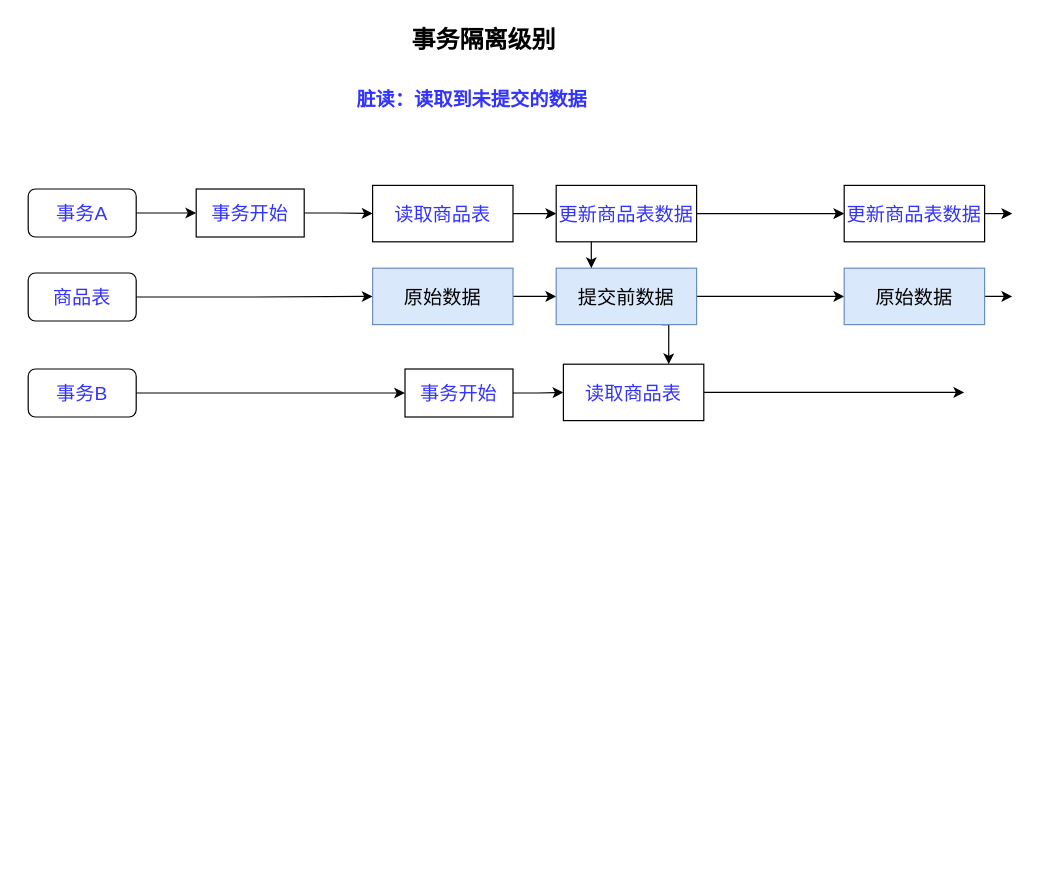
This is lock.drawio from cruecrue/javastudy, a draw.io file, before an edit. Source tidied: cells renumbered, new cells numbered last; positions are measured from the earlier drawing's top-left corner, leaving out a move shared by most shapes. Both pictures are drawn from the tidied source at 120%, with x=0, y=0 at pixel (28, 20).
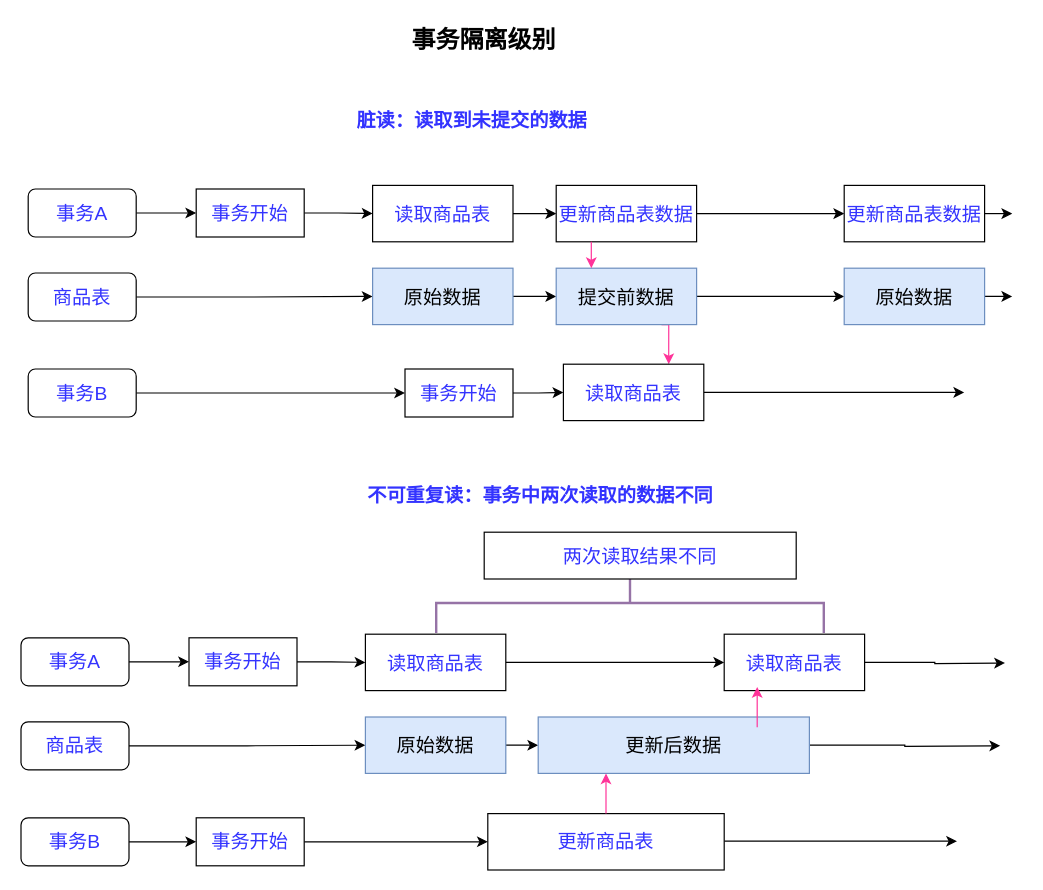
After the change.

The change refers to these unchanged cells:
```xml
<mxCell id="11" value="更新商品表数据" style="whiteSpace=wrap;html=1;fontSize=16;fontColor=#3333FF;rounded=0;" parent="1" vertex="1">
  <mxGeometry x="440" y="137" width="117" height="47" as="geometry" />
</mxCell>
<mxCell id="18" value="提交前数据" style="whiteSpace=wrap;html=1;fontSize=16;rounded=0;fillColor=#dae8fc;strokeColor=#6c8ebf;" parent="1" vertex="1">
  <mxGeometry x="440" y="206" width="117" height="47" as="geometry" />
</mxCell>
<mxCell id="28" value="读取商品表" style="whiteSpace=wrap;html=1;fontSize=16;fontColor=#3333FF;rounded=0;" parent="1" vertex="1">
  <mxGeometry x="446" y="286" width="117" height="47" as="geometry" />
</mxCell>
```

Diff of the diagram source:
```diff
@@
     <mxCell id="3" value="脏读：读取到未提交的数据" style="text;html=1;align=center;verticalAlign=middle;whiteSpace=wrap;rounded=0;fontStyle=1;fontSize=16;fontColor=#3333FF;" parent="1" vertex="1">
-      <mxGeometry x="250" y="50" width="240" height="30" as="geometry" />
+      <mxGeometry x="250" y="68" width="240" height="30" as="geometry" />
     </mxCell>
@@
-    <mxCell id="17" style="edgeStyle=orthogonalEdgeStyle;rounded=0;jettySize=auto;html=1;exitX=0.75;exitY=1;exitDx=0;exitDy=0;entryX=0.75;entryY=0;entryDx=0;entryDy=0;fontSize=16;fontColor=#3333FF;" parent="1" edge="1" source="18" target="28">
+    <mxCell id="17" style="edgeStyle=orthogonalEdgeStyle;rounded=0;jettySize=auto;html=1;exitX=0.75;exitY=1;exitDx=0;exitDy=0;entryX=0.75;entryY=0;entryDx=0;entryDy=0;fontSize=16;fontColor=#3333FF;strokeColor=#FF3399;" parent="1" edge="1" source="18" target="28">
       <mxGeometry relative="1" as="geometry" />
     </mxCell>
@@
-    <mxCell id="29" style="endArrow=classic;html=1;rounded=0;fontSize=16;fontColor=#3333FF;exitX=0.25;exitY=1;exitDx=0;exitDy=0;entryX=0.25;entryY=0;entryDx=0;entryDy=0;" parent="1" edge="1" source="11" target="18">
+    <mxCell id="29" style="endArrow=classic;html=1;rounded=0;fontSize=16;fontColor=#3333FF;exitX=0.25;exitY=1;exitDx=0;exitDy=0;entryX=0.25;entryY=0;entryDx=0;entryDy=0;strokeColor=#FF3399;" parent="1" edge="1" source="11" target="18">
       <mxGeometry relative="1" as="geometry" />
     </mxCell>
+    <mxCell id="30" value="不可重复读：事务中两次读取的数据不同" style="text;html=1;align=center;verticalAlign=middle;whiteSpace=wrap;rounded=0;fontStyle=1;fontSize=16;fontColor=#3333FF;" parent="1" vertex="1">
+      <mxGeometry x="244" y="380" width="366" height="30" as="geometry" />
+    </mxCell>
+    <mxCell id="31" style="edgeStyle=orthogonalEdgeStyle;rounded=0;jettySize=auto;html=1;entryX=0;entryY=0.5;entryDx=0;entryDy=0;fontSize=16;fontColor=#3333FF;" parent="1" edge="1" source="32" target="34">
+      <mxGeometry relative="1" as="geometry" />
+    </mxCell>
+    <mxCell id="32" value="事务A" style="rounded=1;whiteSpace=wrap;html=1;fontSize=16;fontColor=#3333FF;" parent="1" vertex="1">
+      <mxGeometry x="-6" y="514" width="90" height="40" as="geometry" />
+    </mxCell>
+    <mxCell id="33" style="edgeStyle=orthogonalEdgeStyle;rounded=0;jettySize=auto;html=1;fontSize=16;fontColor=#3333FF;" parent="1" edge="1" source="34" target="36">
+      <mxGeometry relative="1" as="geometry" />
+    </mxCell>
+    <mxCell id="34" value="事务开始" style="rounded=0;whiteSpace=wrap;html=1;fontSize=16;fontColor=#3333FF;" parent="1" vertex="1">
+      <mxGeometry x="134" y="514" width="90" height="40" as="geometry" />
+    </mxCell>
+    <mxCell id="35" style="edgeStyle=orthogonalEdgeStyle;rounded=0;jettySize=auto;html=1;entryX=0;entryY=0.5;entryDx=0;entryDy=0;fontSize=16;fontColor=#3333FF;" parent="1" edge="1" source="36" target="44">
+      <mxGeometry relative="1" as="geometry" />
+    </mxCell>
+    <mxCell id="36" value="读取商品表" style="whiteSpace=wrap;html=1;fontSize=16;fontColor=#3333FF;rounded=0;" parent="1" vertex="1">
+      <mxGeometry x="281" y="511" width="117" height="47" as="geometry" />
+    </mxCell>
+    <mxCell id="37" style="edgeStyle=orthogonalEdgeStyle;rounded=0;jettySize=auto;html=1;entryX=0;entryY=0.5;entryDx=0;entryDy=0;fontSize=16;fontColor=#3333FF;" parent="1" edge="1" source="38" target="40">
+      <mxGeometry relative="1" as="geometry" />
+    </mxCell>
+    <mxCell id="38" value="商品表" style="rounded=1;whiteSpace=wrap;html=1;fontSize=16;fontColor=#3333FF;" parent="1" vertex="1">
+      <mxGeometry x="-6" y="584" width="90" height="40" as="geometry" />
+    </mxCell>
+    <mxCell id="39" style="edgeStyle=orthogonalEdgeStyle;rounded=0;jettySize=auto;html=1;exitX=1;exitY=0.5;exitDx=0;exitDy=0;fontSize=16;fontColor=#3333FF;" parent="1" edge="1" source="40" target="42">
+      <mxGeometry relative="1" as="geometry" />
+    </mxCell>
+    <mxCell id="40" value="原始数据" style="whiteSpace=wrap;html=1;fontSize=16;rounded=0;fillColor=#dae8fc;strokeColor=#6c8ebf;" parent="1" vertex="1">
+      <mxGeometry x="281" y="580" width="117" height="47" as="geometry" />
+    </mxCell>
+    <mxCell id="41" style="edgeStyle=orthogonalEdgeStyle;rounded=0;jettySize=auto;html=1;fontSize=16;fontColor=#3333FF;" parent="1" edge="1" source="42">
+      <mxGeometry relative="1" as="geometry">
+        <mxPoint x="810" y="604" as="targetPoint" />
+      </mxGeometry>
+    </mxCell>
+    <mxCell id="42" value="更新后数据" style="whiteSpace=wrap;html=1;fontSize=16;rounded=0;fillColor=#dae8fc;strokeColor=#6c8ebf;" parent="1" vertex="1">
+      <mxGeometry x="425" y="580" width="226" height="47" as="geometry" />
+    </mxCell>
+    <mxCell id="43" style="edgeStyle=orthogonalEdgeStyle;rounded=0;jettySize=auto;html=1;exitX=1;exitY=0.5;exitDx=0;exitDy=0;fontSize=16;fontColor=#3333FF;" parent="1" edge="1" source="44">
+      <mxGeometry relative="1" as="geometry">
+        <mxPoint x="814" y="535" as="targetPoint" />
+      </mxGeometry>
+    </mxCell>
+    <mxCell id="44" value="读取商品表" style="whiteSpace=wrap;html=1;fontSize=16;fontColor=#3333FF;rounded=0;" parent="1" vertex="1">
+      <mxGeometry x="580" y="511" width="117" height="47" as="geometry" />
+    </mxCell>
+    <mxCell id="45" style="edgeStyle=orthogonalEdgeStyle;rounded=0;jettySize=auto;html=1;fontSize=16;fontColor=#3333FF;" parent="1" edge="1" source="46" target="48">
+      <mxGeometry relative="1" as="geometry" />
+    </mxCell>
+    <mxCell id="46" value="事务B" style="rounded=1;whiteSpace=wrap;html=1;fontSize=16;fontColor=#3333FF;" parent="1" vertex="1">
+      <mxGeometry x="-6" y="664" width="90" height="40" as="geometry" />
+    </mxCell>
+    <mxCell id="47" style="edgeStyle=orthogonalEdgeStyle;rounded=0;jettySize=auto;html=1;fontSize=16;fontColor=#3333FF;" parent="1" edge="1" source="48" target="50">
+      <mxGeometry relative="1" as="geometry" />
+    </mxCell>
+    <mxCell id="48" value="事务开始" style="rounded=0;whiteSpace=wrap;html=1;fontSize=16;fontColor=#3333FF;" parent="1" vertex="1">
+      <mxGeometry x="140" y="664" width="90" height="40" as="geometry" />
+    </mxCell>
+    <mxCell id="49" style="edgeStyle=orthogonalEdgeStyle;rounded=0;jettySize=auto;html=1;fontSize=16;fontColor=#3333FF;" parent="1" edge="1" source="50">
+      <mxGeometry relative="1" as="geometry">
+        <mxPoint x="774" y="683.5" as="targetPoint" />
+      </mxGeometry>
+    </mxCell>
+    <mxCell id="50" value="更新商品表" style="whiteSpace=wrap;html=1;fontSize=16;fontColor=#3333FF;rounded=0;" parent="1" vertex="1">
+      <mxGeometry x="383" y="660.5" width="197" height="47" as="geometry" />
+    </mxCell>
+    <mxCell id="51" style="endArrow=classic;html=1;rounded=0;fontSize=16;fontColor=#3333FF;strokeColor=#FF3399;exitX=0.5;exitY=0;exitDx=0;exitDy=0;entryX=0.25;entryY=1;entryDx=0;entryDy=0;" parent="1" edge="1" source="50" target="42">
+      <mxGeometry relative="1" as="geometry" />
+    </mxCell>
+    <mxCell id="52" style="endArrow=classic;html=1;rounded=0;fontSize=16;fontColor=#3333FF;strokeColor=#FF3399;exitX=0.5;exitY=0;exitDx=0;exitDy=0;entryX=0.25;entryY=1;entryDx=0;entryDy=0;" parent="1" edge="1">
+      <mxGeometry relative="1" as="geometry">
+        <mxPoint x="607.5" y="588.5" as="sourcePoint" />
+        <mxPoint x="607.5" y="555" as="targetPoint" />
+      </mxGeometry>
+    </mxCell>
+    <mxCell id="53" style="strokeWidth=2;html=1;shape=mxgraph.flowchart.annotation_2;align=left;labelPosition=right;fontSize=16;direction=south;fillColor=#e1d5e7;strokeColor=#9673a6;" parent="1" vertex="1">
+      <mxGeometry x="340" y="460" width="323" height="50" as="geometry" />
+    </mxCell>
+    <mxCell id="54" value="两次读取结果不同" style="rounded=0;whiteSpace=wrap;html=1;fontSize=16;fontColor=#3333FF;" parent="1" vertex="1">
+      <mxGeometry x="380" y="426" width="260" height="39" as="geometry" />
+    </mxCell>
```
